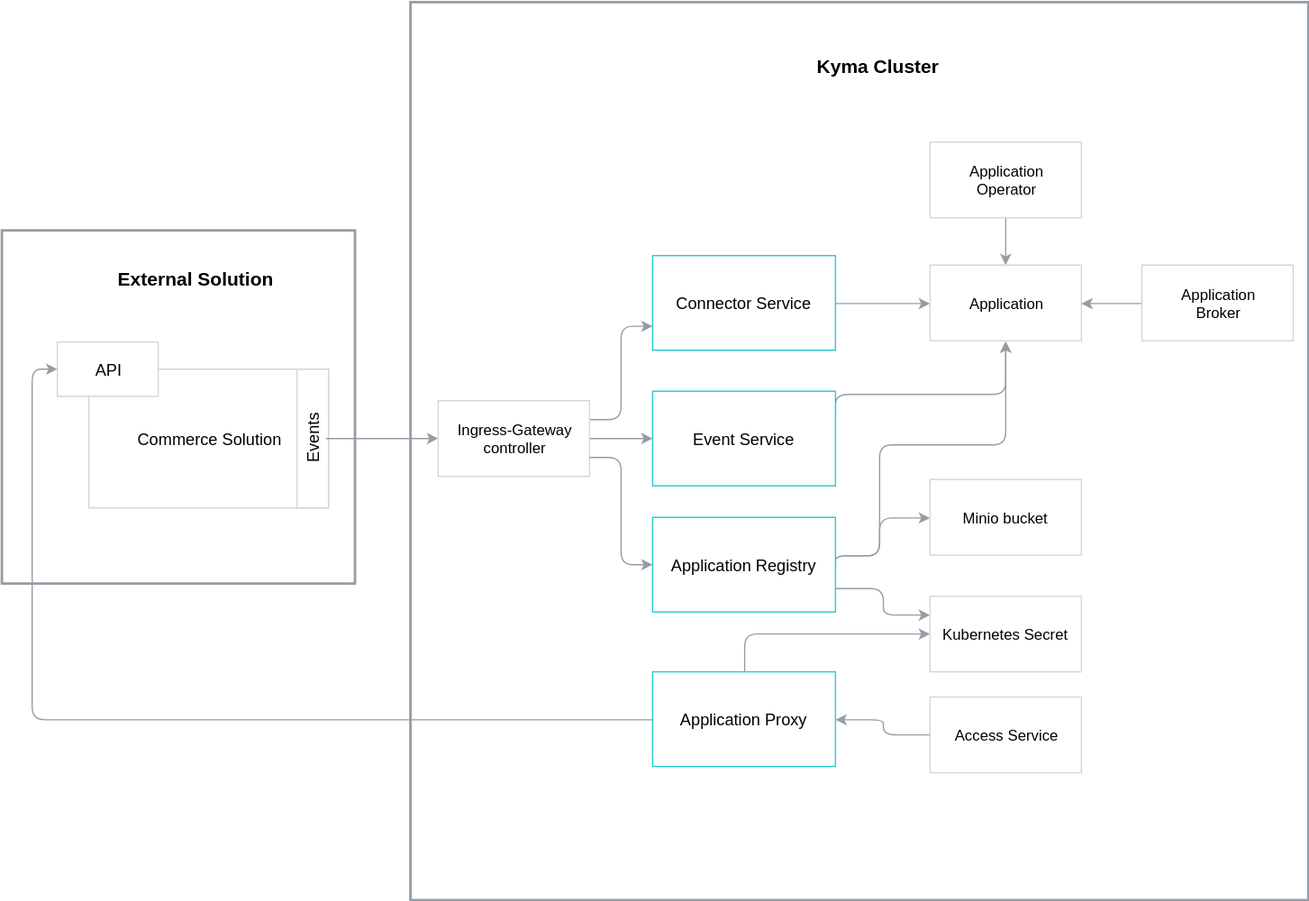
Earlier version of the draw.io export static/documentation/master/components/application-connector/assets/001-application-connector.svg (kyma-project/website). Source tidied: cells renumbered, new cells last; positions are measured from the earlier drawing's top-left corner, leaving out a move shared by most shapes.
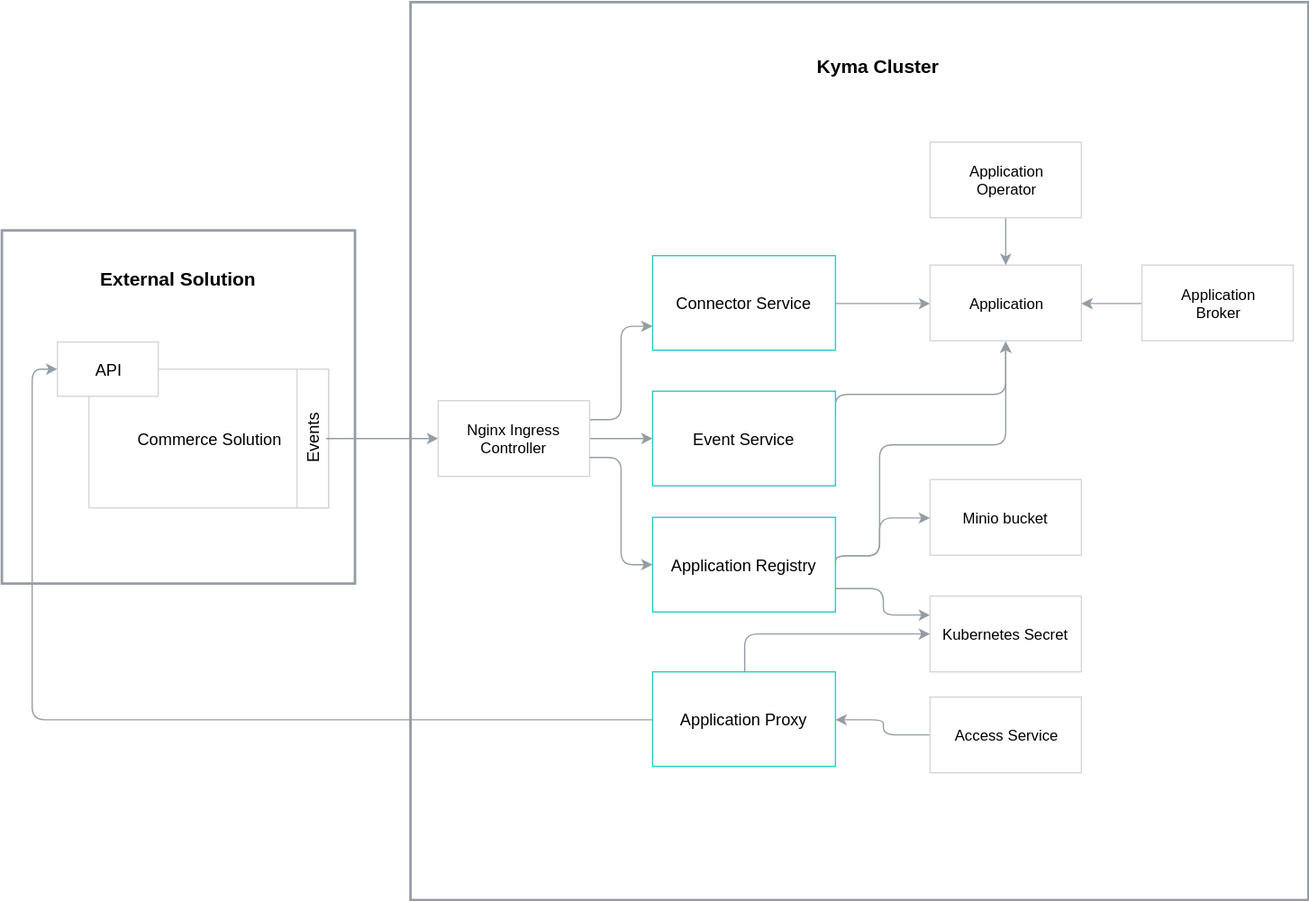
The same file after the commit.

Diff of the diagram source:
```diff
@@ -12,7 +12,7 @@
       <mxGeometry x="588.5" y="41" width="210" height="20" as="geometry" />
     </mxCell>
     <mxCell id="5" value="&lt;font style=&quot;font-size: 15px&quot;&gt;&lt;b&gt;External Solution&lt;/b&gt;&lt;/font&gt;" style="text;html=1;strokeColor=none;fillColor=none;align=center;verticalAlign=middle;whiteSpace=wrap;rounded=0;" parent="1" vertex="1">
-      <mxGeometry x="19" y="208.5" width="270" height="20" as="geometry" />
+      <mxGeometry x="5" y="208.5" width="270" height="20" as="geometry" />
     </mxCell>
     <mxCell id="6" value="&lt;span style=&quot;font-size: 13px&quot;&gt;Commerce Solution&lt;/span&gt;&lt;br&gt;" style="rounded=0;whiteSpace=wrap;html=1;strokeColor=#D2D5D9;strokeWidth=1;fillColor=#ffffff;" parent="1" vertex="1">
       <mxGeometry x="69" y="291" width="190" height="110" as="geometry" />
@@ -49,7 +49,7 @@
     <mxCell id="15" value="&lt;font style=&quot;font-size: 13px&quot;&gt;Connector Service&lt;br&gt;&lt;/font&gt;" style="rounded=0;whiteSpace=wrap;html=1;strokeColor=#24CACC;strokeWidth=1;fillColor=#ffffff;" parent="1" vertex="1">
       <mxGeometry x="516" y="201" width="145" height="75" as="geometry" />
     </mxCell>
-    <mxCell id="16" value="Ingress-Gateway&lt;br&gt;controller&lt;br&gt;" style="rounded=0;whiteSpace=wrap;html=1;strokeColor=#D2D5D9;strokeWidth=1;fillColor=#ffffff;" parent="1" vertex="1">
+    <mxCell id="16" value="Nginx Ingress Controller&lt;br&gt;" style="rounded=0;whiteSpace=wrap;html=1;strokeColor=#D2D5D9;strokeWidth=1;fillColor=#ffffff;" parent="1" vertex="1">
       <mxGeometry x="346" y="316" width="120" height="60" as="geometry" />
     </mxCell>
     <mxCell id="17" value="Application" style="rounded=0;whiteSpace=wrap;html=1;strokeColor=#D2D5D9;strokeWidth=1;fillColor=#ffffff;" parent="1" vertex="1">
```
